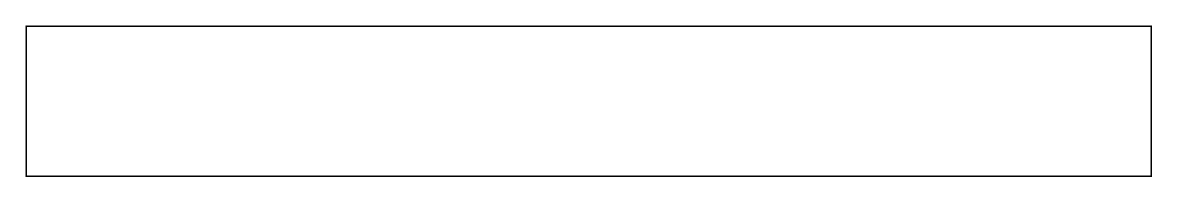
The draw.io diagram FAT_NTFS_File_Structure.drawio in jxcarlat/NTFS_FAT_File_Structure, before the edit. Source tidied: cells renumbered, new cells numbered last; positions are measured from the earlier drawing's top-left corner, leaving out a move shared by most shapes. Both pictures are drawn from the tidied source at 150%, with x=0, y=0 at pixel (26, 26).
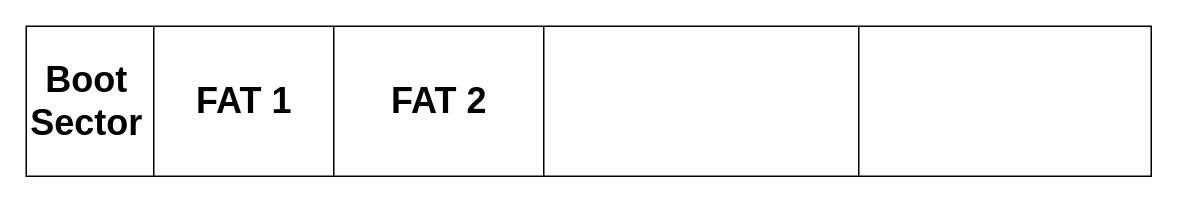
Above is the later version.

The edit, as a diff of the source:
```diff
@@
 <mxGraphModel>
   <root>
     <mxCell id="0" />
     <mxCell id="1" parent="0" />
     <mxCell id="2" style="rounded=0;whiteSpace=wrap;html=1;" parent="1" vertex="1">
       <mxGeometry width="750" height="100" as="geometry" />
     </mxCell>
+    <mxCell id="3" style="line;strokeWidth=1;direction=south;html=1;" parent="1" vertex="1">
+      <mxGeometry x="80" width="10" height="100" as="geometry" />
+    </mxCell>
+    <mxCell id="4" value="Boot&lt;br&gt;Sector" style="text;strokeColor=none;fillColor=none;html=1;fontSize=24;fontStyle=1;verticalAlign=middle;align=center;" parent="1" vertex="1">
+      <mxGeometry width="80" height="100" as="geometry" />
+    </mxCell>
+    <mxCell id="5" style="line;strokeWidth=1;direction=south;html=1;" parent="1" vertex="1">
+      <mxGeometry x="340" width="10" height="100" as="geometry" />
+    </mxCell>
+    <mxCell id="6" style="line;strokeWidth=1;direction=south;html=1;" parent="1" vertex="1">
+      <mxGeometry x="550" width="10" height="100" as="geometry" />
+    </mxCell>
+    <mxCell id="7" style="line;strokeWidth=1;direction=south;html=1;" parent="1" vertex="1">
+      <mxGeometry x="200" width="10" height="100" as="geometry" />
+    </mxCell>
+    <mxCell id="8" value="FAT 1" style="text;strokeColor=none;fillColor=none;html=1;fontSize=24;fontStyle=1;verticalAlign=middle;align=center;" parent="1" vertex="1">
+      <mxGeometry x="90" width="110" height="100" as="geometry" />
+    </mxCell>
+    <mxCell id="9" value="FAT 2" style="text;strokeColor=none;fillColor=none;html=1;fontSize=24;fontStyle=1;verticalAlign=middle;align=center;" parent="1" vertex="1">
+      <mxGeometry x="210" width="130" height="100" as="geometry" />
+    </mxCell>
   </root>
 </mxGraphModel>
```
